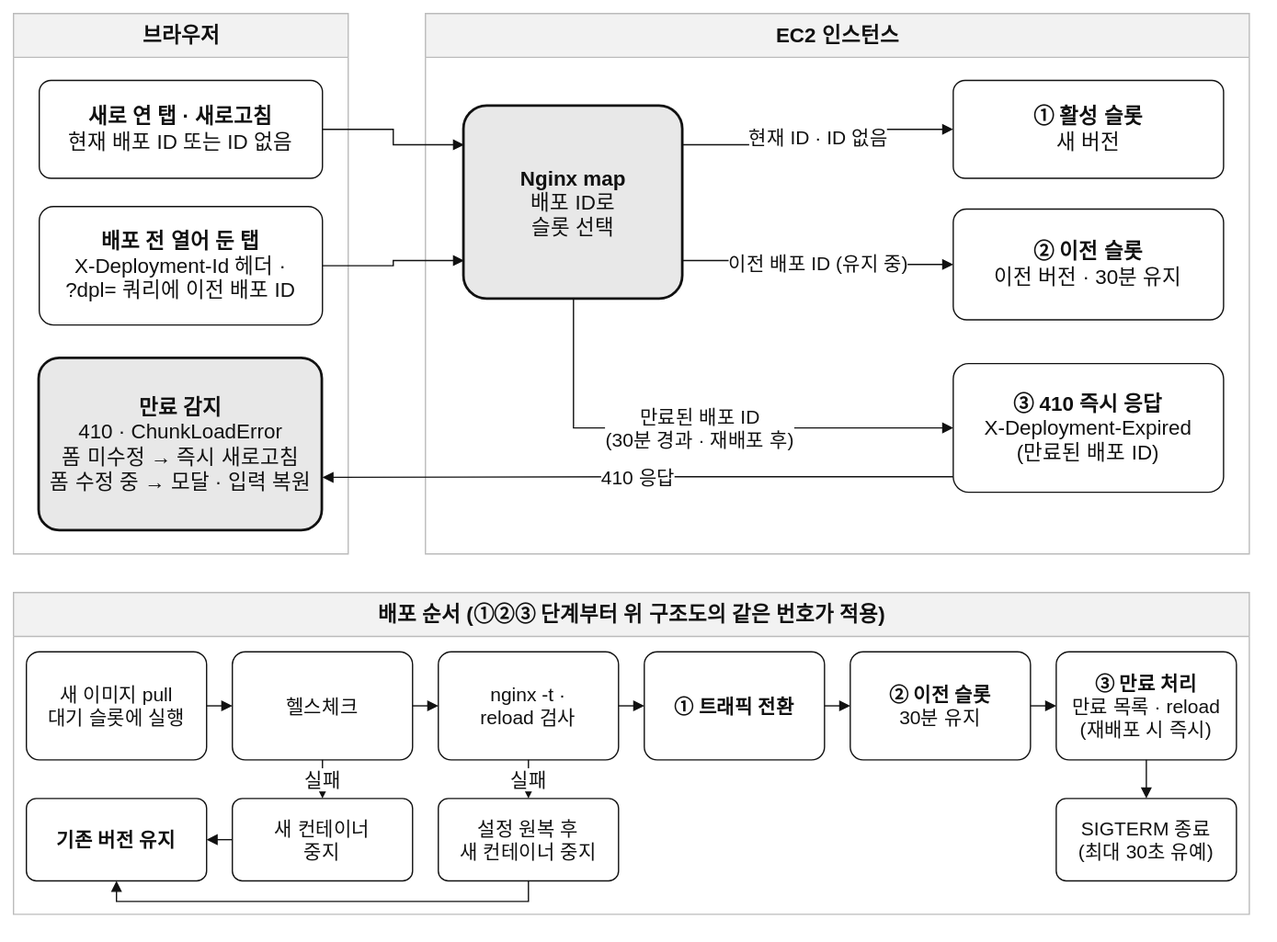
Above: public/diagrams/blue-green-deploy.drawio.svg in reasonjun/portfolio (draw.io), before the change. Source tidied: cells renumbered, new cells last; positions are measured from the earlier drawing's top-left corner, leaving out a move shared by most shapes.
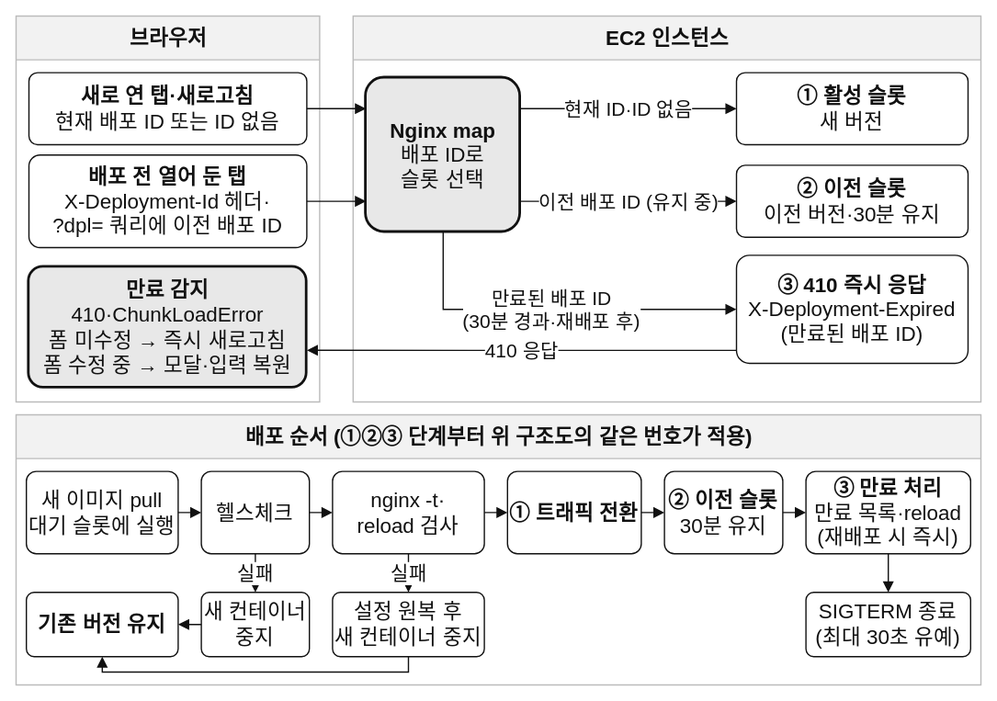
The same diagram one commit later.

Diff of the diagram source:
```diff
@@ -3,64 +3,64 @@
     <mxCell id="0" />
     <mxCell id="1" parent="0" />
     <mxCell id="2" value="&lt;b&gt;브라우저&lt;/b&gt;" style="swimlane;startSize=34;html=1;fontSize=16;fontColor=#111111;strokeColor=#BBBBBB;fillColor=#F2F2F2;swimlaneFillColor=#FFFFFF;rounded=0;" parent="1" vertex="1">
-      <mxGeometry width="260" height="420" as="geometry" />
+      <mxGeometry width="236" height="300" as="geometry" />
     </mxCell>
     <mxCell id="3" value="&lt;b&gt;EC2 인스턴스&lt;/b&gt;" style="swimlane;startSize=34;html=1;fontSize=16;fontColor=#111111;strokeColor=#BBBBBB;fillColor=#F2F2F2;swimlaneFillColor=#FFFFFF;rounded=0;" parent="1" vertex="1">
-      <mxGeometry x="320" width="640" height="420" as="geometry" />
+      <mxGeometry x="262" width="488" height="300" as="geometry" />
     </mxCell>
     <mxCell id="4" value="&lt;b&gt;배포 순서&lt;/b&gt; (①②③ 단계부터 위 구조도의 같은 번호가 적용)" style="swimlane;startSize=34;html=1;fontSize=16;fontColor=#111111;strokeColor=#BBBBBB;fillColor=#F2F2F2;swimlaneFillColor=#FFFFFF;rounded=0;" parent="1" vertex="1">
-      <mxGeometry y="450" width="960" height="250" as="geometry" />
+      <mxGeometry y="310" width="750" height="210" as="geometry" />
     </mxCell>
-    <mxCell id="5" value="&lt;b&gt;새로 연 탭 · 새로고침&lt;/b&gt;&lt;br&gt;현재 배포 ID 또는 ID 없음" style="rounded=1;whiteSpace=wrap;html=1;fontSize=16;fontColor=#111111;strokeColor=#111111;fillColor=#FFFFFF;arcSize=12;" parent="1" vertex="1">
-      <mxGeometry x="20" y="52" width="220" height="76" as="geometry" />
+    <mxCell id="5" value="&lt;b&gt;새로 연 탭·새로고침&lt;/b&gt;&lt;br&gt;현재 배포 ID 또는 ID 없음" style="rounded=1;whiteSpace=wrap;html=1;fontSize=16;fontColor=#111111;strokeColor=#111111;fillColor=#FFFFFF;arcSize=12;" parent="1" vertex="1">
+      <mxGeometry x="10" y="44" width="216" height="56" as="geometry" />
     </mxCell>
-    <mxCell id="6" value="&lt;b&gt;배포 전 열어 둔 탭&lt;/b&gt;&lt;br&gt;X-Deployment-Id 헤더 ·&lt;br&gt;?dpl= 쿼리에 이전 배포 ID" style="rounded=1;whiteSpace=wrap;html=1;fontSize=16;fontColor=#111111;strokeColor=#111111;fillColor=#FFFFFF;arcSize=12;" parent="1" vertex="1">
-      <mxGeometry x="20" y="150" width="220" height="92" as="geometry" />
+    <mxCell id="6" value="&lt;b&gt;배포 전 열어 둔 탭&lt;/b&gt;&lt;br&gt;X-Deployment-Id 헤더·&lt;br&gt;?dpl= 쿼리에 이전 배포 ID" style="rounded=1;whiteSpace=wrap;html=1;fontSize=16;fontColor=#111111;strokeColor=#111111;fillColor=#FFFFFF;arcSize=12;" parent="1" vertex="1">
+      <mxGeometry x="10" y="108" width="216" height="72" as="geometry" />
     </mxCell>
-    <mxCell id="7" value="&lt;b&gt;만료 감지&lt;/b&gt;&lt;br&gt;410 · ChunkLoadError&lt;br&gt;폼 미수정 → 즉시 새로고침&lt;br&gt;폼 수정 중 → 모달 · 입력 복원" style="rounded=1;whiteSpace=wrap;html=1;fontSize=16;fontColor=#111111;strokeColor=#111111;strokeWidth=2;fillColor=#E8E8E8;arcSize=12;" parent="1" vertex="1">
-      <mxGeometry x="20" y="268" width="220" height="134" as="geometry" />
+    <mxCell id="7" value="&lt;b&gt;만료 감지&lt;/b&gt;&lt;br&gt;410·ChunkLoadError&lt;br&gt;폼 미수정 → 즉시 새로고침&lt;br&gt;폼 수정 중 → 모달·입력 복원" style="rounded=1;whiteSpace=wrap;html=1;fontSize=16;fontColor=#111111;strokeColor=#111111;strokeWidth=2;fillColor=#E8E8E8;arcSize=12;" parent="1" vertex="1">
+      <mxGeometry x="10" y="195" width="216" height="94" as="geometry" />
     </mxCell>
     <mxCell id="8" value="&lt;b&gt;Nginx map&lt;/b&gt;&lt;br&gt;배포 ID로&lt;br&gt;슬롯 선택" style="rounded=1;whiteSpace=wrap;html=1;fontSize=16;fontColor=#111111;strokeColor=#111111;strokeWidth=2;fillColor=#E8E8E8;arcSize=12;" parent="1" vertex="1">
-      <mxGeometry x="350" y="72" width="170" height="150" as="geometry" />
+      <mxGeometry x="272" y="48" width="120" height="120" as="geometry" />
     </mxCell>
     <mxCell id="9" value="&lt;b&gt;① 활성 슬롯&lt;/b&gt;&lt;br&gt;새 버전" style="rounded=1;whiteSpace=wrap;html=1;fontSize=16;fontColor=#111111;strokeColor=#111111;fillColor=#FFFFFF;arcSize=12;" parent="1" vertex="1">
-      <mxGeometry x="730" y="52" width="210" height="76" as="geometry" />
+      <mxGeometry x="560" y="44" width="180" height="56" as="geometry" />
     </mxCell>
-    <mxCell id="10" value="&lt;b&gt;② 이전 슬롯&lt;/b&gt;&lt;br&gt;이전 버전 · 30분 유지" style="rounded=1;whiteSpace=wrap;html=1;fontSize=16;fontColor=#111111;strokeColor=#111111;fillColor=#FFFFFF;arcSize=12;" parent="1" vertex="1">
-      <mxGeometry x="730" y="152" width="210" height="86" as="geometry" />
+    <mxCell id="10" value="&lt;b&gt;② 이전 슬롯&lt;/b&gt;&lt;br&gt;이전 버전·30분 유지" style="rounded=1;whiteSpace=wrap;html=1;fontSize=16;fontColor=#111111;strokeColor=#111111;fillColor=#FFFFFF;arcSize=12;" parent="1" vertex="1">
+      <mxGeometry x="560" y="116" width="180" height="56" as="geometry" />
     </mxCell>
     <mxCell id="11" value="&lt;b&gt;③ 410 즉시 응답&lt;/b&gt;&lt;br&gt;X-Deployment-Expired&lt;br&gt;(만료된 배포 ID)" style="rounded=1;whiteSpace=wrap;html=1;fontSize=16;fontColor=#111111;strokeColor=#111111;fillColor=#FFFFFF;arcSize=12;" parent="1" vertex="1">
-      <mxGeometry x="730" y="272" width="210" height="100" as="geometry" />
+      <mxGeometry x="560" y="186" width="180" height="84" as="geometry" />
     </mxCell>
-    <mxCell id="12" value="새 이미지 pull&lt;br&gt;대기 슬롯에 실행" style="rounded=1;whiteSpace=wrap;html=1;fontSize=15;fontColor=#111111;strokeColor=#111111;fillColor=#FFFFFF;arcSize=12;" parent="1" vertex="1">
-      <mxGeometry x="10" y="496" width="140" height="84" as="geometry" />
+    <mxCell id="12" value="새 이미지 pull&lt;br&gt;대기 슬롯에 실행" style="rounded=1;whiteSpace=wrap;html=1;fontSize=16;fontColor=#111111;strokeColor=#111111;fillColor=#FFFFFF;arcSize=12;" parent="1" vertex="1">
+      <mxGeometry x="8" y="354" width="118" height="64" as="geometry" />
     </mxCell>
-    <mxCell id="13" value="헬스체크" style="rounded=1;whiteSpace=wrap;html=1;fontSize=15;fontColor=#111111;strokeColor=#111111;fillColor=#FFFFFF;arcSize=12;" parent="1" vertex="1">
-      <mxGeometry x="170" y="496" width="140" height="84" as="geometry" />
+    <mxCell id="13" value="헬스체크" style="rounded=1;whiteSpace=wrap;html=1;fontSize=16;fontColor=#111111;strokeColor=#111111;fillColor=#FFFFFF;arcSize=12;" parent="1" vertex="1">
+      <mxGeometry x="144" y="354" width="84" height="64" as="geometry" />
     </mxCell>
-    <mxCell id="14" value="nginx -t ·&lt;br&gt;reload 검사" style="rounded=1;whiteSpace=wrap;html=1;fontSize=15;fontColor=#111111;strokeColor=#111111;fillColor=#FFFFFF;arcSize=12;" parent="1" vertex="1">
-      <mxGeometry x="330" y="496" width="140" height="84" as="geometry" />
+    <mxCell id="14" value="nginx -t·&lt;br&gt;reload 검사" style="rounded=1;whiteSpace=wrap;html=1;fontSize=16;fontColor=#111111;strokeColor=#111111;fillColor=#FFFFFF;arcSize=12;" parent="1" vertex="1">
+      <mxGeometry x="246" y="354" width="118" height="64" as="geometry" />
     </mxCell>
-    <mxCell id="15" value="&lt;b&gt;① 트래픽 전환&lt;/b&gt;" style="rounded=1;whiteSpace=wrap;html=1;fontSize=15;fontColor=#111111;strokeColor=#111111;fillColor=#FFFFFF;arcSize=12;" parent="1" vertex="1">
-      <mxGeometry x="490" y="496" width="140" height="84" as="geometry" />
+    <mxCell id="15" value="&lt;b&gt;① 트래픽 전환&lt;/b&gt;" style="rounded=1;whiteSpace=wrap;html=1;fontSize=16;fontColor=#111111;strokeColor=#111111;fillColor=#FFFFFF;arcSize=12;" parent="1" vertex="1">
+      <mxGeometry x="382" y="354" width="104" height="64" as="geometry" />
     </mxCell>
-    <mxCell id="16" value="&lt;b&gt;② 이전 슬롯&lt;/b&gt;&lt;br&gt;30분 유지" style="rounded=1;whiteSpace=wrap;html=1;fontSize=15;fontColor=#111111;strokeColor=#111111;fillColor=#FFFFFF;arcSize=12;" parent="1" vertex="1">
-      <mxGeometry x="650" y="496" width="140" height="84" as="geometry" />
+    <mxCell id="16" value="&lt;b&gt;② 이전 슬롯&lt;/b&gt;&lt;br&gt;30분 유지" style="rounded=1;whiteSpace=wrap;html=1;fontSize=16;fontColor=#111111;strokeColor=#111111;fillColor=#FFFFFF;arcSize=12;" parent="1" vertex="1">
+      <mxGeometry x="504" y="354" width="92" height="64" as="geometry" />
     </mxCell>
-    <mxCell id="17" value="&lt;b&gt;③ 만료 처리&lt;/b&gt;&lt;br&gt;만료 목록 · reload&lt;br&gt;(재배포 시 즉시)" style="rounded=1;whiteSpace=wrap;html=1;fontSize=15;fontColor=#111111;strokeColor=#111111;fillColor=#FFFFFF;arcSize=12;" parent="1" vertex="1">
-      <mxGeometry x="810" y="496" width="140" height="84" as="geometry" />
+    <mxCell id="17" value="&lt;b&gt;③ 만료 처리&lt;/b&gt;&lt;br&gt;만료 목록·reload&lt;br&gt;(재배포 시 즉시)" style="rounded=1;whiteSpace=wrap;html=1;fontSize=16;fontColor=#111111;strokeColor=#111111;fillColor=#FFFFFF;arcSize=12;" parent="1" vertex="1">
+      <mxGeometry x="614" y="354" width="128" height="64" as="geometry" />
     </mxCell>
-    <mxCell id="18" value="&lt;b&gt;기존 버전 유지&lt;/b&gt;" style="rounded=1;whiteSpace=wrap;html=1;fontSize=15;fontColor=#111111;strokeColor=#111111;fillColor=#FFFFFF;arcSize=12;" parent="1" vertex="1">
-      <mxGeometry x="10" y="610" width="140" height="64" as="geometry" />
+    <mxCell id="18" value="&lt;b&gt;기존 버전 유지&lt;/b&gt;" style="rounded=1;whiteSpace=wrap;html=1;fontSize=16;fontColor=#111111;strokeColor=#111111;fillColor=#FFFFFF;arcSize=12;" parent="1" vertex="1">
+      <mxGeometry x="8" y="448" width="118" height="50" as="geometry" />
     </mxCell>
-    <mxCell id="19" value="새 컨테이너&lt;br&gt;중지" style="rounded=1;whiteSpace=wrap;html=1;fontSize=15;fontColor=#111111;strokeColor=#111111;fillColor=#FFFFFF;arcSize=12;" parent="1" vertex="1">
-      <mxGeometry x="170" y="610" width="140" height="64" as="geometry" />
+    <mxCell id="19" value="새 컨테이너&lt;br&gt;중지" style="rounded=1;whiteSpace=wrap;html=1;fontSize=16;fontColor=#111111;strokeColor=#111111;fillColor=#FFFFFF;arcSize=12;" parent="1" vertex="1">
+      <mxGeometry x="144" y="448" width="84" height="50" as="geometry" />
     </mxCell>
-    <mxCell id="20" value="설정 원복 후&lt;br&gt;새 컨테이너 중지" style="rounded=1;whiteSpace=wrap;html=1;fontSize=15;fontColor=#111111;strokeColor=#111111;fillColor=#FFFFFF;arcSize=12;" parent="1" vertex="1">
-      <mxGeometry x="330" y="610" width="140" height="64" as="geometry" />
+    <mxCell id="20" value="설정 원복 후&lt;br&gt;새 컨테이너 중지" style="rounded=1;whiteSpace=wrap;html=1;fontSize=16;fontColor=#111111;strokeColor=#111111;fillColor=#FFFFFF;arcSize=12;" parent="1" vertex="1">
+      <mxGeometry x="246" y="448" width="118" height="50" as="geometry" />
     </mxCell>
-    <mxCell id="21" value="SIGTERM 종료&lt;br&gt;(최대 30초 유예)" style="rounded=1;whiteSpace=wrap;html=1;fontSize=15;fontColor=#111111;strokeColor=#111111;fillColor=#FFFFFF;arcSize=12;" parent="1" vertex="1">
-      <mxGeometry x="810" y="610" width="140" height="64" as="geometry" />
+    <mxCell id="21" value="SIGTERM 종료&lt;br&gt;(최대 30초 유예)" style="rounded=1;whiteSpace=wrap;html=1;fontSize=16;fontColor=#111111;strokeColor=#111111;fillColor=#FFFFFF;arcSize=12;" parent="1" vertex="1">
+      <mxGeometry x="614" y="448" width="128" height="50" as="geometry" />
     </mxCell>
     <mxCell id="22" style="endArrow=block;endFill=1;html=1;strokeColor=#111111;fontColor=#111111;fontSize=15;labelBackgroundColor=#FFFFFF;edgeStyle=orthogonalEdgeStyle;rounded=0;entryX=0;entryY=0.2;" parent="1" edge="1" source="5" target="8">
       <mxGeometry relative="1" as="geometry" />
@@ -68,13 +68,13 @@
     <mxCell id="23" style="endArrow=block;endFill=1;html=1;strokeColor=#111111;fontColor=#111111;fontSize=15;labelBackgroundColor=#FFFFFF;edgeStyle=orthogonalEdgeStyle;rounded=0;entryX=0;entryY=0.8;" parent="1" edge="1" source="6" target="8">
       <mxGeometry relative="1" as="geometry" />
     </mxCell>
-    <mxCell id="24" value="현재 ID · ID 없음" style="endArrow=block;endFill=1;html=1;strokeColor=#111111;fontColor=#111111;fontSize=15;labelBackgroundColor=#FFFFFF;edgeStyle=orthogonalEdgeStyle;rounded=0;exitX=1;exitY=0.2;" parent="1" edge="1" source="8" target="9">
+    <mxCell id="24" value="현재 ID·ID 없음" style="endArrow=block;endFill=1;html=1;strokeColor=#111111;fontColor=#111111;fontSize=15;labelBackgroundColor=#FFFFFF;edgeStyle=orthogonalEdgeStyle;rounded=0;exitX=1;exitY=0.2;" parent="1" edge="1" source="8" target="9">
       <mxGeometry relative="1" as="geometry" />
     </mxCell>
     <mxCell id="25" value="이전 배포 ID (유지 중)" style="endArrow=block;endFill=1;html=1;strokeColor=#111111;fontColor=#111111;fontSize=15;labelBackgroundColor=#FFFFFF;edgeStyle=orthogonalEdgeStyle;rounded=0;exitX=1;exitY=0.8;" parent="1" edge="1" source="8" target="10">
       <mxGeometry relative="1" as="geometry" />
     </mxCell>
-    <mxCell id="26" value="만료된 배포 ID&lt;br&gt;(30분 경과 · 재배포 후)" style="endArrow=block;endFill=1;html=1;strokeColor=#111111;fontColor=#111111;fontSize=15;labelBackgroundColor=#FFFFFF;edgeStyle=orthogonalEdgeStyle;rounded=0;exitX=0.5;exitY=1;entryX=0;entryY=0.5;" parent="1" edge="1" source="8" target="11">
+    <mxCell id="26" value="만료된 배포 ID&lt;br&gt;(30분 경과·재배포 후)" style="endArrow=block;endFill=1;html=1;strokeColor=#111111;fontColor=#111111;fontSize=15;labelBackgroundColor=#FFFFFF;edgeStyle=orthogonalEdgeStyle;rounded=0;exitX=0.5;exitY=1;entryX=0;entryY=0.5;" parent="1" edge="1" source="8" target="11">
       <mxGeometry relative="1" as="geometry" />
     </mxCell>
     <mxCell id="27" value="410 응답" style="endArrow=block;endFill=1;html=1;strokeColor=#111111;fontColor=#111111;fontSize=15;labelBackgroundColor=#FFFFFF;edgeStyle=orthogonalEdgeStyle;rounded=0;exitX=0;exitY=0.88;entryX=1;entryY=0.69;" parent="1" edge="1" source="11" target="7">
@@ -107,8 +107,8 @@
     <mxCell id="36" style="endArrow=block;endFill=1;html=1;strokeColor=#111111;fontColor=#111111;fontSize=15;labelBackgroundColor=#FFFFFF;edgeStyle=orthogonalEdgeStyle;rounded=0;exitX=0.5;exitY=1;entryX=0.5;entryY=1;" parent="1" edge="1" source="20" target="18">
       <mxGeometry relative="1" as="geometry">
         <Array as="points">
-          <mxPoint x="400" y="690" />
-          <mxPoint x="80" y="690" />
+          <mxPoint x="305" y="510" />
+          <mxPoint x="67" y="510" />
         </Array>
       </mxGeometry>
     </mxCell>
```
